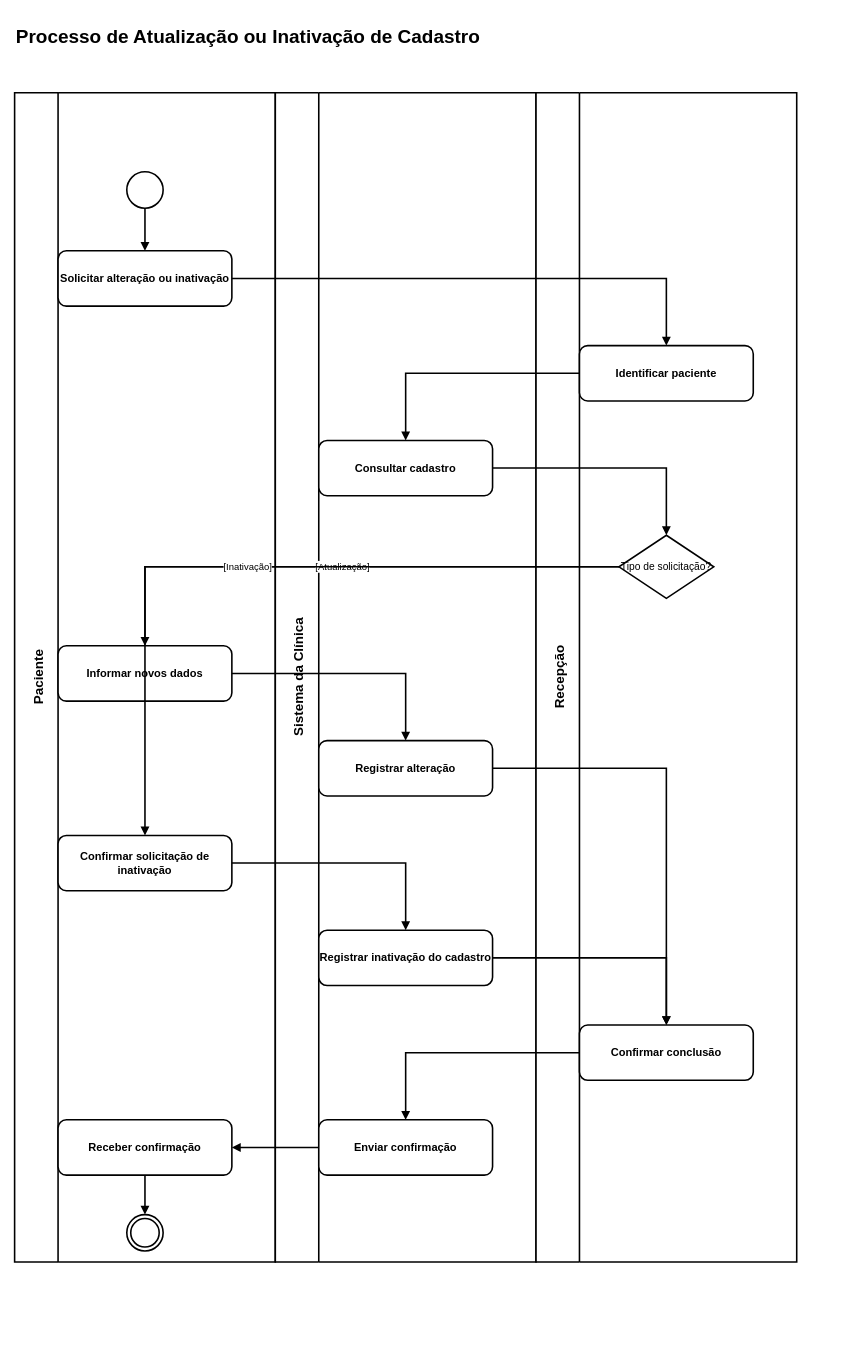
This is documentos/diagramas/atividade/04-atualizacao-exclusao-paciente.drawio from itodoconhecer-cmyk/aulas_umc_2026_1_spring_boot, a draw.io file, before an edit. Source tidied: cells renumbered, new cells numbered last; positions are measured from the earlier drawing's top-left corner, leaving out a move shared by most shapes. Both pictures are drawn from the tidied source at 79%, with x=0, y=0 at pixel (14, 13).
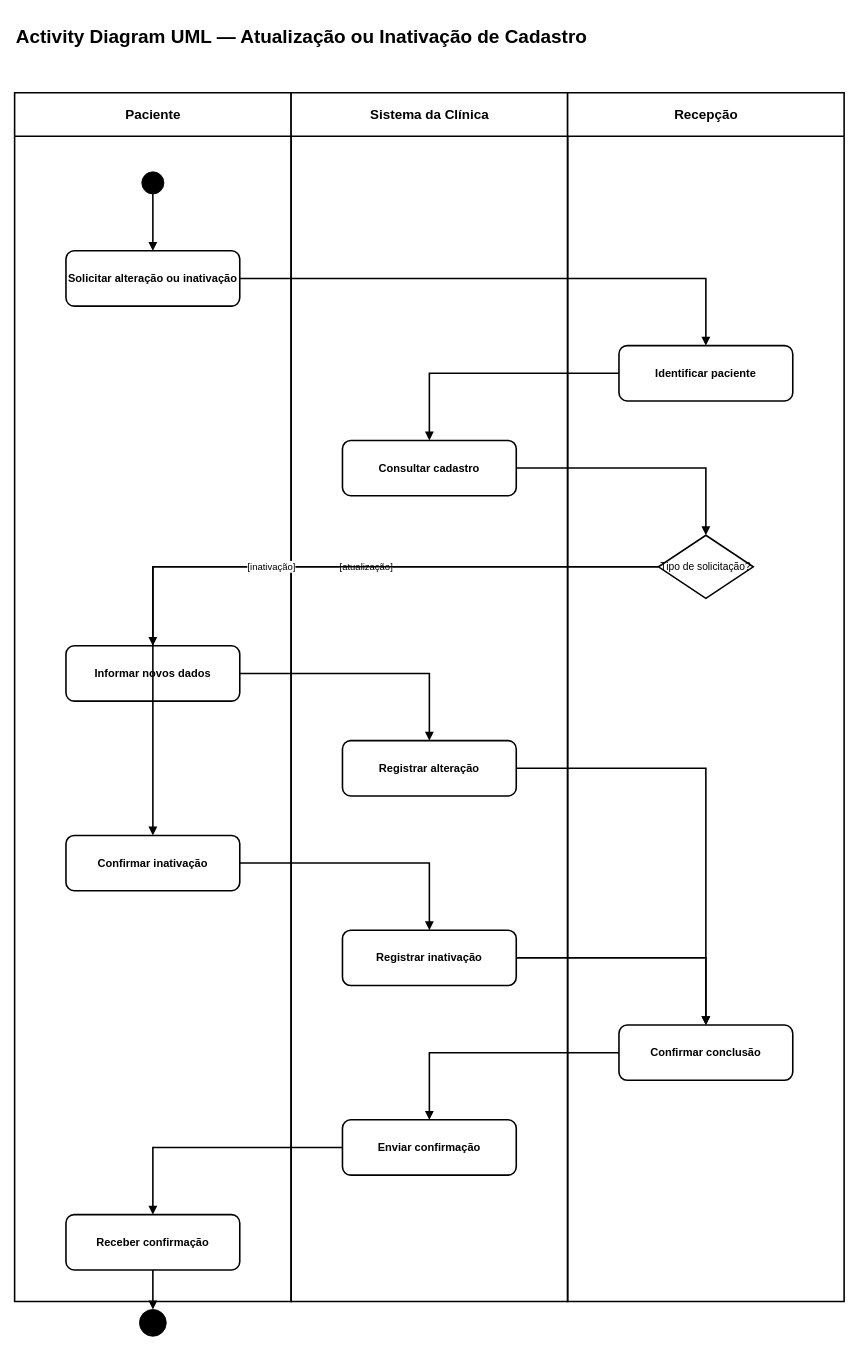
After the change.

Commit message:
docs: refaz activity diagram de atualizacao com swimlanes UML

Diff of the diagram source:
```diff
@@
-    <mxCell id="2" value="Processo de Atualização ou Inativação de Cadastro" style="text;html=1;align=left;verticalAlign=middle;fontSize=24;fontStyle=1;" parent="1" vertex="1">
-      <mxGeometry width="990" height="60" as="geometry" />
+    <mxCell id="2" value="Activity Diagram UML — Atualização ou Inativação de Cadastro" style="text;html=1;align=left;verticalAlign=middle;fontSize=24;fontStyle=1;" parent="1" vertex="1">
+      <mxGeometry width="1050" height="60" as="geometry" />
     </mxCell>
-    <mxCell id="3" value="Paciente" style="swimlane;horizontal=0;startSize=55;html=1;fontStyle=1;fontSize=17;align=center;verticalAlign=top;spacingTop=14;fillColor=#ffffff;strokeColor=#000000;strokeWidth=2;" parent="1" vertex="1">
-      <mxGeometry y="100" width="330" height="1480" as="geometry" />
+    <mxCell id="3" value="Paciente" style="swimlane;horizontal=1;startSize=55;html=1;fontStyle=1;fontSize=17;align=center;verticalAlign=middle;fillColor=#ffffff;strokeColor=#000000;strokeWidth=2;" parent="1" vertex="1">
+      <mxGeometry y="100" width="350" height="1530" as="geometry" />
     </mxCell>
-    <mxCell id="4" value="Sistema da Clínica" style="swimlane;horizontal=0;startSize=55;html=1;fontStyle=1;fontSize=17;align=center;verticalAlign=top;spacingTop=14;fillColor=#ffffff;strokeColor=#000000;strokeWidth=2;" parent="1" vertex="1">
-      <mxGeometry x="330" y="100" width="330" height="1480" as="geometry" />
+    <mxCell id="4" value="Sistema da Clínica" style="swimlane;horizontal=1;startSize=55;html=1;fontStyle=1;fontSize=17;align=center;verticalAlign=middle;fillColor=#ffffff;strokeColor=#000000;strokeWidth=2;" parent="1" vertex="1">
+      <mxGeometry x="350" y="100" width="350" height="1530" as="geometry" />
     </mxCell>
-    <mxCell id="5" value="Recepção" style="swimlane;horizontal=0;startSize=55;html=1;fontStyle=1;fontSize=17;align=center;verticalAlign=top;spacingTop=14;fillColor=#ffffff;strokeColor=#000000;strokeWidth=2;" parent="1" vertex="1">
-      <mxGeometry x="660" y="100" width="330" height="1480" as="geometry" />
+    <mxCell id="5" value="Recepção" style="swimlane;horizontal=1;startSize=55;html=1;fontStyle=1;fontSize=17;align=center;verticalAlign=middle;fillColor=#ffffff;strokeColor=#000000;strokeWidth=2;" parent="1" vertex="1">
+      <mxGeometry x="700" y="100" width="350" height="1530" as="geometry" />
     </mxCell>
-    <mxCell id="6" style="ellipse;html=1;fillColor=#ffffff;strokeColor=#000000;strokeWidth=2;" parent="1" vertex="1">
-      <mxGeometry x="142" y="200" width="46" height="46" as="geometry" />
+    <mxCell id="6" style="ellipse;html=1;fillColor=#000000;strokeColor=#000000;" parent="3" vertex="1">
+      <mxGeometry x="161" y="100" width="28" height="28" as="geometry" />
     </mxCell>
-    <mxCell id="7" value="Solicitar alteração ou inativação" style="rounded=1;whiteSpace=wrap;html=1;fontSize=14;fontStyle=1;strokeWidth=2;fillColor=#ffffff;strokeColor=#000000;" parent="1" vertex="1">
-      <mxGeometry x="55" y="300" width="220" height="70" as="geometry" />
+    <mxCell id="7" value="Solicitar alteração ou inativação" style="rounded=1;whiteSpace=wrap;html=1;fontSize=14;fontStyle=1;strokeWidth=2;fillColor=#ffffff;strokeColor=#000000;" parent="3" vertex="1">
+      <mxGeometry x="65" y="200" width="220" height="70" as="geometry" />
     </mxCell>
-    <mxCell id="8" value="Identificar paciente" style="rounded=1;whiteSpace=wrap;html=1;fontSize=14;fontStyle=1;strokeWidth=2;fillColor=#ffffff;strokeColor=#000000;" parent="1" vertex="1">
-      <mxGeometry x="715" y="420" width="220" height="70" as="geometry" />
+    <mxCell id="8" value="Identificar paciente" style="rounded=1;whiteSpace=wrap;html=1;fontSize=14;fontStyle=1;strokeWidth=2;fillColor=#ffffff;strokeColor=#000000;" parent="5" vertex="1">
+      <mxGeometry x="65" y="320" width="220" height="70" as="geometry" />
     </mxCell>
-    <mxCell id="9" value="Consultar cadastro" style="rounded=1;whiteSpace=wrap;html=1;fontSize=14;fontStyle=1;strokeWidth=2;fillColor=#ffffff;strokeColor=#000000;" parent="1" vertex="1">
-      <mxGeometry x="385" y="540" width="220" height="70" as="geometry" />
+    <mxCell id="9" value="Consultar cadastro" style="rounded=1;whiteSpace=wrap;html=1;fontSize=14;fontStyle=1;strokeWidth=2;fillColor=#ffffff;strokeColor=#000000;" parent="4" vertex="1">
+      <mxGeometry x="65" y="440" width="220" height="70" as="geometry" />
     </mxCell>
-    <mxCell id="10" value="Tipo de solicitação?" style="rhombus;whiteSpace=wrap;html=1;fontSize=13;strokeWidth=2;fillColor=#ffffff;strokeColor=#000000;" parent="1" vertex="1">
-      <mxGeometry x="765" y="660" width="120" height="80" as="geometry" />
-    </mxCell>
-    <mxCell id="11" value="Informar novos dados" style="rounded=1;whiteSpace=wrap;html=1;fontSize=14;fontStyle=1;strokeWidth=2;fillColor=#ffffff;strokeColor=#000000;" parent="1" vertex="1">
-      <mxGeometry x="55" y="800" width="220" height="70" as="geometry" />
+    <mxCell id="11" value="Informar novos dados" style="rounded=1;whiteSpace=wrap;html=1;fontSize=14;fontStyle=1;strokeWidth=2;fillColor=#ffffff;strokeColor=#000000;" parent="3" vertex="1">
+      <mxGeometry x="65" y="700" width="220" height="70" as="geometry" />
     </mxCell>
-    <mxCell id="12" value="Registrar alteração" style="rounded=1;whiteSpace=wrap;html=1;fontSize=14;fontStyle=1;strokeWidth=2;fillColor=#ffffff;strokeColor=#000000;" parent="1" vertex="1">
-      <mxGeometry x="385" y="920" width="220" height="70" as="geometry" />
+    <mxCell id="12" value="Registrar alteração" style="rounded=1;whiteSpace=wrap;html=1;fontSize=14;fontStyle=1;strokeWidth=2;fillColor=#ffffff;strokeColor=#000000;" parent="4" vertex="1">
+      <mxGeometry x="65" y="820" width="220" height="70" as="geometry" />
     </mxCell>
-    <mxCell id="13" value="Confirmar solicitação de inativação" style="rounded=1;whiteSpace=wrap;html=1;fontSize=14;fontStyle=1;strokeWidth=2;fillColor=#ffffff;strokeColor=#000000;" parent="1" vertex="1">
-      <mxGeometry x="55" y="1040" width="220" height="70" as="geometry" />
+    <mxCell id="13" value="Confirmar inativação" style="rounded=1;whiteSpace=wrap;html=1;fontSize=14;fontStyle=1;strokeWidth=2;fillColor=#ffffff;strokeColor=#000000;" parent="3" vertex="1">
+      <mxGeometry x="65" y="940" width="220" height="70" as="geometry" />
     </mxCell>
-    <mxCell id="14" value="Registrar inativação do cadastro" style="rounded=1;whiteSpace=wrap;html=1;fontSize=14;fontStyle=1;strokeWidth=2;fillColor=#ffffff;strokeColor=#000000;" parent="1" vertex="1">
-      <mxGeometry x="385" y="1160" width="220" height="70" as="geometry" />
+    <mxCell id="14" value="Registrar inativação" style="rounded=1;whiteSpace=wrap;html=1;fontSize=14;fontStyle=1;strokeWidth=2;fillColor=#ffffff;strokeColor=#000000;" parent="4" vertex="1">
+      <mxGeometry x="65" y="1060" width="220" height="70" as="geometry" />
     </mxCell>
-    <mxCell id="15" value="Confirmar conclusão" style="rounded=1;whiteSpace=wrap;html=1;fontSize=14;fontStyle=1;strokeWidth=2;fillColor=#ffffff;strokeColor=#000000;" parent="1" vertex="1">
-      <mxGeometry x="715" y="1280" width="220" height="70" as="geometry" />
+    <mxCell id="15" value="Confirmar conclusão" style="rounded=1;whiteSpace=wrap;html=1;fontSize=14;fontStyle=1;strokeWidth=2;fillColor=#ffffff;strokeColor=#000000;" parent="5" vertex="1">
+      <mxGeometry x="65" y="1180" width="220" height="70" as="geometry" />
     </mxCell>
-    <mxCell id="16" value="Enviar confirmação" style="rounded=1;whiteSpace=wrap;html=1;fontSize=14;fontStyle=1;strokeWidth=2;fillColor=#ffffff;strokeColor=#000000;" parent="1" vertex="1">
-      <mxGeometry x="385" y="1400" width="220" height="70" as="geometry" />
+    <mxCell id="16" value="Enviar confirmação" style="rounded=1;whiteSpace=wrap;html=1;fontSize=14;fontStyle=1;strokeWidth=2;fillColor=#ffffff;strokeColor=#000000;" parent="4" vertex="1">
+      <mxGeometry x="65" y="1300" width="220" height="70" as="geometry" />
     </mxCell>
-    <mxCell id="17" value="Receber confirmação" style="rounded=1;whiteSpace=wrap;html=1;fontSize=14;fontStyle=1;strokeWidth=2;fillColor=#ffffff;strokeColor=#000000;" parent="1" vertex="1">
-      <mxGeometry x="55" y="1400" width="220" height="70" as="geometry" />
+    <mxCell id="17" value="Receber confirmação" style="rounded=1;whiteSpace=wrap;html=1;fontSize=14;fontStyle=1;strokeWidth=2;fillColor=#ffffff;strokeColor=#000000;" parent="3" vertex="1">
+      <mxGeometry x="65" y="1420" width="220" height="70" as="geometry" />
     </mxCell>
+    <mxCell id="10" value="Tipo de solicitação?" style="rhombus;whiteSpace=wrap;html=1;fontSize=13;strokeWidth=2;fillColor=#ffffff;strokeColor=#000000;" parent="5" vertex="1">
+      <mxGeometry x="115" y="560" width="120" height="80" as="geometry" />
+    </mxCell>
-    <mxCell id="18" style="ellipse;html=1;fillColor=#ffffff;strokeColor=#000000;strokeWidth=2;shape=doubleEllipse;" parent="1" vertex="1">
-      <mxGeometry x="142" y="1520" width="46" height="46" as="geometry" />
+    <mxCell id="18" style="ellipse;html=1;fillColor=#000000;strokeColor=#000000;shape=doubleEllipse;" parent="3" vertex="1">
+      <mxGeometry x="158" y="1540" width="34" height="34" as="geometry" />
     </mxCell>
-    <mxCell id="19" style="edgeStyle=orthogonalEdgeStyle;rounded=0;jettySize=30;html=1;endArrow=block;endFill=1;strokeWidth=2;fontSize=12;labelBackgroundColor=#ffffff;" parent="1" edge="1" source="6" target="7">
+    <mxCell id="19" style="edgeStyle=orthogonalEdgeStyle;rounded=0;jettySize=35;html=1;endArrow=block;endFill=1;strokeWidth=2;fontSize=12;labelBackgroundColor=#ffffff;" parent="1" edge="1" source="6" target="7">
       <mxGeometry relative="1" as="geometry" />
     </mxCell>
-    <mxCell id="20" style="edgeStyle=orthogonalEdgeStyle;rounded=0;jettySize=30;html=1;endArrow=block;endFill=1;strokeWidth=2;fontSize=12;labelBackgroundColor=#ffffff;" parent="1" edge="1" source="7" target="8">
+    <mxCell id="20" style="edgeStyle=orthogonalEdgeStyle;rounded=0;jettySize=35;html=1;endArrow=block;endFill=1;strokeWidth=2;fontSize=12;labelBackgroundColor=#ffffff;" parent="1" edge="1" source="7" target="8">
       <mxGeometry relative="1" as="geometry" />
     </mxCell>
-    <mxCell id="21" style="edgeStyle=orthogonalEdgeStyle;rounded=0;jettySize=30;html=1;endArrow=block;endFill=1;strokeWidth=2;fontSize=12;labelBackgroundColor=#ffffff;" parent="1" edge="1" source="8" target="9">
+    <mxCell id="21" style="edgeStyle=orthogonalEdgeStyle;rounded=0;jettySize=35;html=1;endArrow=block;endFill=1;strokeWidth=2;fontSize=12;labelBackgroundColor=#ffffff;" parent="1" edge="1" source="8" target="9">
       <mxGeometry relative="1" as="geometry" />
     </mxCell>
-    <mxCell id="22" style="edgeStyle=orthogonalEdgeStyle;rounded=0;jettySize=30;html=1;endArrow=block;endFill=1;strokeWidth=2;fontSize=12;labelBackgroundColor=#ffffff;" parent="1" edge="1" source="9" target="10">
+    <mxCell id="22" style="edgeStyle=orthogonalEdgeStyle;rounded=0;jettySize=35;html=1;endArrow=block;endFill=1;strokeWidth=2;fontSize=12;labelBackgroundColor=#ffffff;" parent="1" edge="1" source="9" target="10">
       <mxGeometry relative="1" as="geometry" />
     </mxCell>
-    <mxCell id="23" value="[Atualização]" style="edgeStyle=orthogonalEdgeStyle;rounded=0;jettySize=30;html=1;endArrow=block;endFill=1;strokeWidth=2;fontSize=12;labelBackgroundColor=#ffffff;" parent="1" edge="1" source="10" target="11">
+    <mxCell id="23" value="[atualização]" style="edgeStyle=orthogonalEdgeStyle;rounded=0;jettySize=35;html=1;endArrow=block;endFill=1;strokeWidth=2;fontSize=12;labelBackgroundColor=#ffffff;" parent="1" edge="1" source="10" target="11">
       <mxGeometry relative="1" as="geometry" />
     </mxCell>
-    <mxCell id="24" style="edgeStyle=orthogonalEdgeStyle;rounded=0;jettySize=30;html=1;endArrow=block;endFill=1;strokeWidth=2;fontSize=12;labelBackgroundColor=#ffffff;" parent="1" edge="1" source="11" target="12">
+    <mxCell id="24" style="edgeStyle=orthogonalEdgeStyle;rounded=0;jettySize=35;html=1;endArrow=block;endFill=1;strokeWidth=2;fontSize=12;labelBackgroundColor=#ffffff;" parent="1" edge="1" source="11" target="12">
       <mxGeometry relative="1" as="geometry" />
     </mxCell>
-    <mxCell id="25" style="edgeStyle=orthogonalEdgeStyle;rounded=0;jettySize=30;html=1;endArrow=block;endFill=1;strokeWidth=2;fontSize=12;labelBackgroundColor=#ffffff;" parent="1" edge="1" source="12" target="15">
+    <mxCell id="25" style="edgeStyle=orthogonalEdgeStyle;rounded=0;jettySize=35;html=1;endArrow=block;endFill=1;strokeWidth=2;fontSize=12;labelBackgroundColor=#ffffff;" parent="1" edge="1" source="12" target="15">
       <mxGeometry relative="1" as="geometry" />
     </mxCell>
-    <mxCell id="26" value="[Inativação]" style="edgeStyle=orthogonalEdgeStyle;rounded=0;jettySize=30;html=1;endArrow=block;endFill=1;strokeWidth=2;fontSize=12;labelBackgroundColor=#ffffff;" parent="1" edge="1" source="10" target="13">
+    <mxCell id="26" value="[inativação]" style="edgeStyle=orthogonalEdgeStyle;rounded=0;jettySize=35;html=1;endArrow=block;endFill=1;strokeWidth=2;fontSize=12;labelBackgroundColor=#ffffff;" parent="1" edge="1" source="10" target="13">
       <mxGeometry relative="1" as="geometry" />
     </mxCell>
-    <mxCell id="27" style="edgeStyle=orthogonalEdgeStyle;rounded=0;jettySize=30;html=1;endArrow=block;endFill=1;strokeWidth=2;fontSize=12;labelBackgroundColor=#ffffff;" parent="1" edge="1" source="13" target="14">
+    <mxCell id="27" style="edgeStyle=orthogonalEdgeStyle;rounded=0;jettySize=35;html=1;endArrow=block;endFill=1;strokeWidth=2;fontSize=12;labelBackgroundColor=#ffffff;" parent="1" edge="1" source="13" target="14">
       <mxGeometry relative="1" as="geometry" />
     </mxCell>
-    <mxCell id="28" style="edgeStyle=orthogonalEdgeStyle;rounded=0;jettySize=30;html=1;endArrow=block;endFill=1;strokeWidth=2;fontSize=12;labelBackgroundColor=#ffffff;" parent="1" edge="1" source="14" target="15">
+    <mxCell id="28" style="edgeStyle=orthogonalEdgeStyle;rounded=0;jettySize=35;html=1;endArrow=block;endFill=1;strokeWidth=2;fontSize=12;labelBackgroundColor=#ffffff;" parent="1" edge="1" source="14" target="15">
       <mxGeometry relative="1" as="geometry" />
     </mxCell>
-    <mxCell id="29" style="edgeStyle=orthogonalEdgeStyle;rounded=0;jettySize=30;html=1;endArrow=block;endFill=1;strokeWidth=2;fontSize=12;labelBackgroundColor=#ffffff;" parent="1" edge="1" source="15" target="16">
+    <mxCell id="29" style="edgeStyle=orthogonalEdgeStyle;rounded=0;jettySize=35;html=1;endArrow=block;endFill=1;strokeWidth=2;fontSize=12;labelBackgroundColor=#ffffff;" parent="1" edge="1" source="15" target="16">
       <mxGeometry relative="1" as="geometry" />
     </mxCell>
-    <mxCell id="30" style="edgeStyle=orthogonalEdgeStyle;rounded=0;jettySize=30;html=1;endArrow=block;endFill=1;strokeWidth=2;fontSize=12;labelBackgroundColor=#ffffff;" parent="1" edge="1" source="16" target="17">
+    <mxCell id="30" style="edgeStyle=orthogonalEdgeStyle;rounded=0;jettySize=35;html=1;endArrow=block;endFill=1;strokeWidth=2;fontSize=12;labelBackgroundColor=#ffffff;" parent="1" edge="1" source="16" target="17">
       <mxGeometry relative="1" as="geometry" />
     </mxCell>
-    <mxCell id="31" style="edgeStyle=orthogonalEdgeStyle;rounded=0;jettySize=30;html=1;endArrow=block;endFill=1;strokeWidth=2;fontSize=12;labelBackgroundColor=#ffffff;" parent="1" edge="1" source="17" target="18">
+    <mxCell id="31" style="edgeStyle=orthogonalEdgeStyle;rounded=0;jettySize=35;html=1;endArrow=block;endFill=1;strokeWidth=2;fontSize=12;labelBackgroundColor=#ffffff;" parent="1" edge="1" source="17" target="18">
       <mxGeometry relative="1" as="geometry" />
     </mxCell>
```
